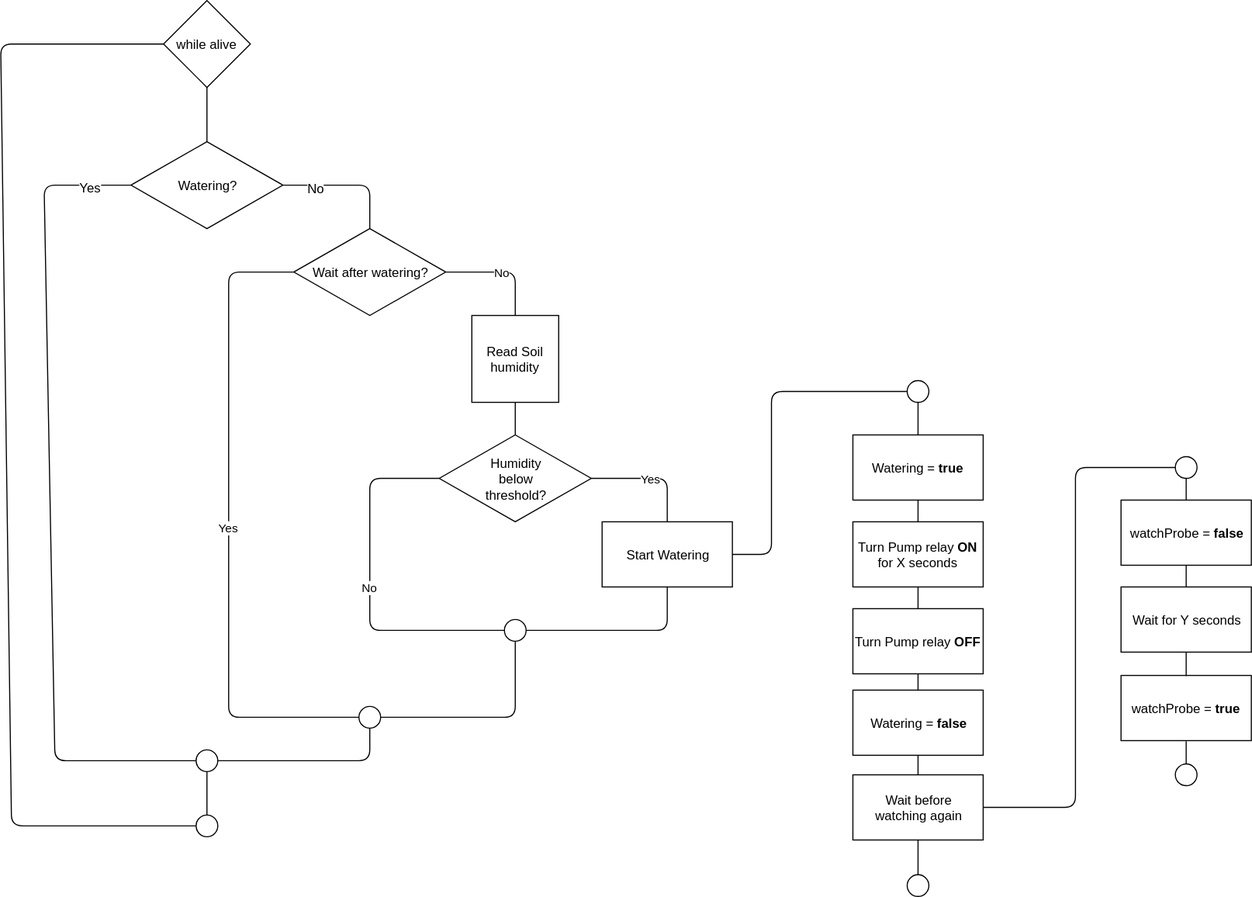
Above: Project.Trunk/PlantWateringSystem/docimg/PWS.flowchart.svg in OlivierLD/raspberry-coffee (draw.io), before the change. Source tidied: cells renumbered, new cells last; positions are measured from the earlier drawing's top-left corner, leaving out a move shared by most shapes. The source it was exported from:
```xml
<mxGraphModel>
  <root>
    <mxCell id="0" />
    <mxCell id="1" parent="0" />
    <mxCell id="2" value="while alive" style="rhombus;whiteSpace=wrap;html=1;" parent="1" vertex="1">
      <mxGeometry x="150" width="80" height="80" as="geometry" />
    </mxCell>
    <mxCell id="3" value="Read Soil humidity" style="whiteSpace=wrap;html=1;" parent="1" vertex="1">
      <mxGeometry x="434" y="290" width="80" height="80" as="geometry" />
    </mxCell>
    <mxCell id="4" value="Watering?" style="rhombus;whiteSpace=wrap;html=1;" parent="1" vertex="1">
      <mxGeometry x="120" y="130" width="140" height="80" as="geometry" />
    </mxCell>
    <mxCell id="5" value="Wait after watering?" style="rhombus;whiteSpace=wrap;html=1;" parent="1" vertex="1">
      <mxGeometry x="270" y="210" width="140" height="80" as="geometry" />
    </mxCell>
    <mxCell id="6" value="Humidity&lt;br&gt;below&lt;br&gt;threshold?&lt;br&gt;" style="rhombus;whiteSpace=wrap;html=1;" parent="1" vertex="1">
      <mxGeometry x="404" y="400" width="140" height="80" as="geometry" />
    </mxCell>
    <mxCell id="7" value="Start Watering" style="rounded=0;whiteSpace=wrap;html=1;" parent="1" vertex="1">
      <mxGeometry x="554" y="480" width="120" height="60" as="geometry" />
    </mxCell>
    <mxCell id="8" style="endArrow=none;html=1;exitX=1;exitY=0.5;exitDx=0;exitDy=0;entryX=0.5;entryY=0;entryDx=0;entryDy=0;" parent="1" edge="1" source="4" target="5">
      <mxGeometry relative="1" as="geometry">
        <Array as="points">
          <mxPoint x="340" y="170" />
        </Array>
      </mxGeometry>
    </mxCell>
    <mxCell id="9" value="No&lt;br&gt;" style="text;html=1;align=center;verticalAlign=middle;labelBackgroundColor=#ffffff;" parent="8" vertex="1">
      <mxGeometry x="-0.5" y="-2" relative="1" as="geometry" />
    </mxCell>
    <mxCell id="10" value="No&lt;br&gt;" style="endArrow=none;html=1;exitX=1;exitY=0.5;exitDx=0;exitDy=0;entryX=0.5;entryY=0;entryDx=0;entryDy=0;" parent="1" edge="1" source="5" target="3">
      <mxGeometry relative="1" as="geometry">
        <Array as="points">
          <mxPoint x="474" y="250" />
        </Array>
      </mxGeometry>
    </mxCell>
    <mxCell id="11" style="endArrow=none;html=1;entryX=0.5;entryY=1;entryDx=0;entryDy=0;exitX=0.5;exitY=0;exitDx=0;exitDy=0;" parent="1" edge="1" source="6" target="3">
      <mxGeometry relative="1" as="geometry" />
    </mxCell>
    <mxCell id="12" value="Yes" style="endArrow=none;html=1;entryX=1;entryY=0.5;entryDx=0;entryDy=0;exitX=0.5;exitY=0;exitDx=0;exitDy=0;" parent="1" edge="1" source="7" target="6">
      <mxGeometry relative="1" as="geometry">
        <Array as="points">
          <mxPoint x="614" y="440" />
        </Array>
      </mxGeometry>
    </mxCell>
    <mxCell id="13" style="ellipse;whiteSpace=wrap;html=1;" parent="1" vertex="1">
      <mxGeometry x="464" y="570" width="20" height="20" as="geometry" />
    </mxCell>
    <mxCell id="14" style="endArrow=none;html=1;entryX=0.5;entryY=1;entryDx=0;entryDy=0;exitX=1;exitY=0.5;exitDx=0;exitDy=0;" parent="1" edge="1" source="13" target="7">
      <mxGeometry relative="1" as="geometry">
        <Array as="points">
          <mxPoint x="614" y="580" />
        </Array>
      </mxGeometry>
    </mxCell>
    <mxCell id="15" value="No" style="endArrow=none;html=1;entryX=0;entryY=0.5;entryDx=0;entryDy=0;exitX=0;exitY=0.5;exitDx=0;exitDy=0;" parent="1" edge="1" source="13" target="6">
      <mxGeometry relative="1" as="geometry">
        <Array as="points">
          <mxPoint x="340" y="580" />
          <mxPoint x="340" y="440" />
        </Array>
      </mxGeometry>
    </mxCell>
    <mxCell id="16" value="Yes" style="endArrow=none;html=1;entryX=0;entryY=0.5;entryDx=0;entryDy=0;exitX=0;exitY=0.5;exitDx=0;exitDy=0;" parent="1" edge="1" source="17" target="5">
      <mxGeometry relative="1" as="geometry">
        <Array as="points">
          <mxPoint x="210" y="660" />
          <mxPoint x="210" y="250" />
        </Array>
      </mxGeometry>
    </mxCell>
    <mxCell id="17" style="ellipse;whiteSpace=wrap;html=1;" parent="1" vertex="1">
      <mxGeometry x="330" y="650" width="20" height="20" as="geometry" />
    </mxCell>
    <mxCell id="18" style="endArrow=none;html=1;entryX=0.5;entryY=1;entryDx=0;entryDy=0;exitX=1;exitY=0.5;exitDx=0;exitDy=0;" parent="1" edge="1" source="17" target="13">
      <mxGeometry relative="1" as="geometry">
        <Array as="points">
          <mxPoint x="474" y="660" />
        </Array>
      </mxGeometry>
    </mxCell>
    <mxCell id="19" style="ellipse;whiteSpace=wrap;html=1;" parent="1" vertex="1">
      <mxGeometry x="180" y="690" width="20" height="20" as="geometry" />
    </mxCell>
    <mxCell id="20" style="endArrow=none;html=1;entryX=0.5;entryY=1;entryDx=0;entryDy=0;exitX=1;exitY=0.5;exitDx=0;exitDy=0;" parent="1" edge="1" source="19" target="17">
      <mxGeometry relative="1" as="geometry">
        <Array as="points">
          <mxPoint x="340" y="700" />
        </Array>
      </mxGeometry>
    </mxCell>
    <mxCell id="21" style="endArrow=none;html=1;entryX=0;entryY=0.5;entryDx=0;entryDy=0;exitX=0;exitY=0.5;exitDx=0;exitDy=0;" parent="1" edge="1" source="4" target="19">
      <mxGeometry relative="1" as="geometry">
        <Array as="points">
          <mxPoint x="40" y="170" />
          <mxPoint x="50" y="700" />
        </Array>
      </mxGeometry>
    </mxCell>
    <mxCell id="22" value="Yes" style="text;html=1;align=center;verticalAlign=middle;labelBackgroundColor=#ffffff;" parent="21" vertex="1">
      <mxGeometry x="-0.9" y="1" relative="1" as="geometry" />
    </mxCell>
    <mxCell id="23" style="endArrow=none;html=1;exitX=0.5;exitY=1;exitDx=0;exitDy=0;" parent="1" edge="1" source="2" target="4">
      <mxGeometry relative="1" as="geometry" />
    </mxCell>
    <mxCell id="24" style="ellipse;whiteSpace=wrap;html=1;" parent="1" vertex="1">
      <mxGeometry x="180" y="750" width="20" height="20" as="geometry" />
    </mxCell>
    <mxCell id="25" style="endArrow=none;html=1;entryX=0.5;entryY=1;entryDx=0;entryDy=0;exitX=0.5;exitY=0;exitDx=0;exitDy=0;" parent="1" edge="1" source="24" target="19">
      <mxGeometry relative="1" as="geometry" />
    </mxCell>
    <mxCell id="26" style="endArrow=none;html=1;entryX=0;entryY=0.5;entryDx=0;entryDy=0;exitX=0;exitY=0.5;exitDx=0;exitDy=0;" parent="1" edge="1" source="2" target="24">
      <mxGeometry relative="1" as="geometry">
        <Array as="points">
          <mxPoint y="40" />
          <mxPoint x="10" y="760" />
        </Array>
      </mxGeometry>
    </mxCell>
    <mxCell id="27" style="endArrow=none;html=1;exitX=1;exitY=0.5;exitDx=0;exitDy=0;entryX=0;entryY=0.5;entryDx=0;entryDy=0;" parent="1" edge="1" source="7" target="35">
      <mxGeometry relative="1" as="geometry">
        <Array as="points">
          <mxPoint x="710" y="510" />
          <mxPoint x="710" y="360" />
        </Array>
      </mxGeometry>
    </mxCell>
    <mxCell id="28" value="Watering = &lt;b&gt;true&lt;/b&gt;" style="rounded=0;whiteSpace=wrap;html=1;" parent="1" vertex="1">
      <mxGeometry x="785" y="400" width="120" height="60" as="geometry" />
    </mxCell>
    <mxCell id="29" value="Turn Pump relay &lt;b&gt;ON&lt;/b&gt;&lt;br&gt;for X seconds&lt;br&gt;" style="rounded=0;whiteSpace=wrap;html=1;" parent="1" vertex="1">
      <mxGeometry x="785" y="480" width="120" height="60" as="geometry" />
    </mxCell>
    <mxCell id="30" value="Turn Pump relay &lt;b&gt;OFF&lt;/b&gt;&lt;br&gt;" style="rounded=0;whiteSpace=wrap;html=1;" parent="1" vertex="1">
      <mxGeometry x="785" y="560" width="120" height="60" as="geometry" />
    </mxCell>
    <mxCell id="31" style="endArrow=none;html=1;entryX=0.5;entryY=1;entryDx=0;entryDy=0;exitX=0.5;exitY=0;exitDx=0;exitDy=0;" parent="1" edge="1" source="29" target="28">
      <mxGeometry relative="1" as="geometry" />
    </mxCell>
    <mxCell id="32" style="endArrow=none;html=1;entryX=0.5;entryY=1;entryDx=0;entryDy=0;exitX=0.5;exitY=0;exitDx=0;exitDy=0;" parent="1" edge="1" source="30" target="29">
      <mxGeometry relative="1" as="geometry" />
    </mxCell>
    <mxCell id="33" value="Watering = &lt;b&gt;false&lt;/b&gt;" style="rounded=0;whiteSpace=wrap;html=1;" parent="1" vertex="1">
      <mxGeometry x="785" y="635" width="120" height="60" as="geometry" />
    </mxCell>
    <mxCell id="34" style="endArrow=none;html=1;entryX=0.5;entryY=1;entryDx=0;entryDy=0;exitX=0.5;exitY=0;exitDx=0;exitDy=0;" parent="1" edge="1" source="33" target="30">
      <mxGeometry relative="1" as="geometry" />
    </mxCell>
    <mxCell id="35" style="ellipse;whiteSpace=wrap;html=1;" parent="1" vertex="1">
      <mxGeometry x="835" y="350" width="20" height="20" as="geometry" />
    </mxCell>
    <mxCell id="36" style="ellipse;whiteSpace=wrap;html=1;" parent="1" vertex="1">
      <mxGeometry x="835" y="805" width="20" height="20" as="geometry" />
    </mxCell>
    <mxCell id="37" value="Wait before&lt;br&gt;watching again&lt;br&gt;" style="rounded=0;whiteSpace=wrap;html=1;" parent="1" vertex="1">
      <mxGeometry x="785" y="713" width="120" height="60" as="geometry" />
    </mxCell>
    <mxCell id="38" style="endArrow=none;html=1;entryX=0.5;entryY=1;entryDx=0;entryDy=0;exitX=0.5;exitY=0;exitDx=0;exitDy=0;" parent="1" edge="1" source="28" target="35">
      <mxGeometry relative="1" as="geometry" />
    </mxCell>
    <mxCell id="39" style="endArrow=none;html=1;entryX=0.5;entryY=1;entryDx=0;entryDy=0;exitX=0.5;exitY=0;exitDx=0;exitDy=0;" parent="1" edge="1" source="37" target="33">
      <mxGeometry relative="1" as="geometry" />
    </mxCell>
    <mxCell id="40" style="endArrow=none;html=1;entryX=0.5;entryY=1;entryDx=0;entryDy=0;exitX=0.5;exitY=0;exitDx=0;exitDy=0;" parent="1" edge="1" source="36" target="37">
      <mxGeometry relative="1" as="geometry" />
    </mxCell>
    <mxCell id="41" value="watchProbe = &lt;b&gt;false&lt;/b&gt;" style="rounded=0;whiteSpace=wrap;html=1;" parent="1" vertex="1">
      <mxGeometry x="1032" y="460" width="120" height="60" as="geometry" />
    </mxCell>
    <mxCell id="42" value="Wait for Y seconds&lt;br&gt;" style="rounded=0;whiteSpace=wrap;html=1;" parent="1" vertex="1">
      <mxGeometry x="1032" y="540" width="120" height="60" as="geometry" />
    </mxCell>
    <mxCell id="43" value="watchProbe = &lt;b&gt;true&lt;/b&gt;" style="rounded=0;whiteSpace=wrap;html=1;" parent="1" vertex="1">
      <mxGeometry x="1032" y="621.5" width="120" height="60" as="geometry" />
    </mxCell>
    <mxCell id="44" style="ellipse;whiteSpace=wrap;html=1;" parent="1" vertex="1">
      <mxGeometry x="1082" y="420" width="20" height="20" as="geometry" />
    </mxCell>
    <mxCell id="45" style="ellipse;whiteSpace=wrap;html=1;" parent="1" vertex="1">
      <mxGeometry x="1082" y="703" width="20" height="20" as="geometry" />
    </mxCell>
    <mxCell id="46" style="endArrow=none;html=1;entryX=0.5;entryY=1;entryDx=0;entryDy=0;exitX=0.5;exitY=0;exitDx=0;exitDy=0;" parent="1" edge="1" source="41" target="44">
      <mxGeometry relative="1" as="geometry" />
    </mxCell>
    <mxCell id="47" style="endArrow=none;html=1;entryX=0.5;entryY=1;entryDx=0;entryDy=0;exitX=0.5;exitY=0;exitDx=0;exitDy=0;" parent="1" edge="1" source="42" target="41">
      <mxGeometry relative="1" as="geometry" />
    </mxCell>
    <mxCell id="48" style="endArrow=none;html=1;entryX=0.5;entryY=1;entryDx=0;entryDy=0;exitX=0.5;exitY=0;exitDx=0;exitDy=0;" parent="1" edge="1" source="43" target="42">
      <mxGeometry relative="1" as="geometry" />
    </mxCell>
    <mxCell id="49" style="endArrow=none;html=1;exitX=0.5;exitY=0;exitDx=0;exitDy=0;" parent="1" edge="1" source="45">
      <mxGeometry relative="1" as="geometry">
        <mxPoint x="1092" y="682" as="targetPoint" />
      </mxGeometry>
    </mxCell>
    <mxCell id="50" style="endArrow=none;html=1;entryX=1;entryY=0.5;entryDx=0;entryDy=0;exitX=0;exitY=0.5;exitDx=0;exitDy=0;" parent="1" edge="1" source="44" target="37">
      <mxGeometry relative="1" as="geometry">
        <Array as="points">
          <mxPoint x="990" y="430" />
          <mxPoint x="990" y="743" />
        </Array>
      </mxGeometry>
    </mxCell>
  </root>
</mxGraphModel>
```
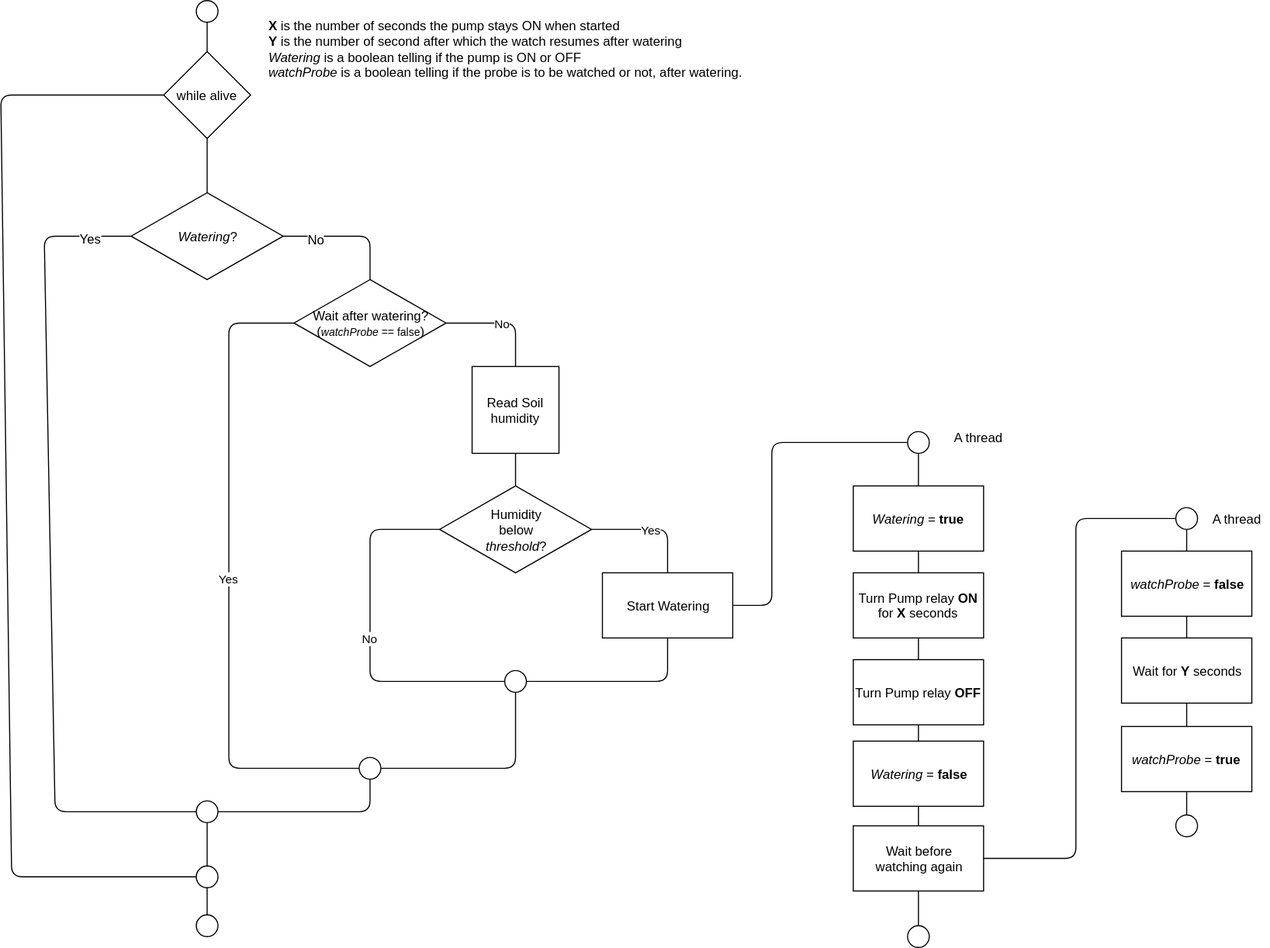
After the change.

What changed in the source:
```diff
@@ -8,13 +8,13 @@
     <mxCell id="3" value="Read Soil humidity" style="whiteSpace=wrap;html=1;" parent="1" vertex="1">
       <mxGeometry x="434" y="290" width="80" height="80" as="geometry" />
     </mxCell>
-    <mxCell id="4" value="Watering?" style="rhombus;whiteSpace=wrap;html=1;" parent="1" vertex="1">
+    <mxCell id="4" value="&lt;i&gt;Watering&lt;/i&gt;?" style="rhombus;whiteSpace=wrap;html=1;" parent="1" vertex="1">
       <mxGeometry x="120" y="130" width="140" height="80" as="geometry" />
     </mxCell>
-    <mxCell id="5" value="Wait after watering?" style="rhombus;whiteSpace=wrap;html=1;" parent="1" vertex="1">
+    <mxCell id="5" value="Wait after watering?&lt;br&gt;(&lt;font style=&quot;font-size: 10px&quot;&gt;&lt;i&gt;watchProbe&lt;/i&gt; == false&lt;/font&gt;)&lt;br&gt;" style="rhombus;whiteSpace=wrap;html=1;" parent="1" vertex="1">
       <mxGeometry x="270" y="210" width="140" height="80" as="geometry" />
     </mxCell>
-    <mxCell id="6" value="Humidity&lt;br&gt;below&lt;br&gt;threshold?&lt;br&gt;" style="rhombus;whiteSpace=wrap;html=1;" parent="1" vertex="1">
+    <mxCell id="6" value="Humidity&lt;br&gt;below&lt;br&gt;&lt;i&gt;threshold&lt;/i&gt;?&lt;br&gt;" style="rhombus;whiteSpace=wrap;html=1;" parent="1" vertex="1">
       <mxGeometry x="404" y="400" width="140" height="80" as="geometry" />
     </mxCell>
     <mxCell id="7" value="Start Watering" style="rounded=0;whiteSpace=wrap;html=1;" parent="1" vertex="1">
@@ -129,10 +129,10 @@
         </Array>
       </mxGeometry>
     </mxCell>
-    <mxCell id="28" value="Watering = &lt;b&gt;true&lt;/b&gt;" style="rounded=0;whiteSpace=wrap;html=1;" parent="1" vertex="1">
+    <mxCell id="28" value="&lt;i&gt;Watering&lt;/i&gt; = &lt;b&gt;true&lt;/b&gt;" style="rounded=0;whiteSpace=wrap;html=1;" parent="1" vertex="1">
       <mxGeometry x="785" y="400" width="120" height="60" as="geometry" />
     </mxCell>
-    <mxCell id="29" value="Turn Pump relay &lt;b&gt;ON&lt;/b&gt;&lt;br&gt;for X seconds&lt;br&gt;" style="rounded=0;whiteSpace=wrap;html=1;" parent="1" vertex="1">
+    <mxCell id="29" value="Turn Pump relay &lt;b&gt;ON&lt;/b&gt;&lt;br&gt;for &lt;b&gt;X&lt;/b&gt; seconds&lt;br&gt;" style="rounded=0;whiteSpace=wrap;html=1;" parent="1" vertex="1">
       <mxGeometry x="785" y="480" width="120" height="60" as="geometry" />
     </mxCell>
     <mxCell id="30" value="Turn Pump relay &lt;b&gt;OFF&lt;/b&gt;&lt;br&gt;" style="rounded=0;whiteSpace=wrap;html=1;" parent="1" vertex="1">
@@ -144,7 +144,7 @@
     <mxCell id="32" style="endArrow=none;html=1;entryX=0.5;entryY=1;entryDx=0;entryDy=0;exitX=0.5;exitY=0;exitDx=0;exitDy=0;" parent="1" edge="1" source="30" target="29">
       <mxGeometry relative="1" as="geometry" />
     </mxCell>
-    <mxCell id="33" value="Watering = &lt;b&gt;false&lt;/b&gt;" style="rounded=0;whiteSpace=wrap;html=1;" parent="1" vertex="1">
+    <mxCell id="33" value="&lt;i&gt;Watering&lt;/i&gt; = &lt;b&gt;false&lt;/b&gt;" style="rounded=0;whiteSpace=wrap;html=1;" parent="1" vertex="1">
       <mxGeometry x="785" y="635" width="120" height="60" as="geometry" />
     </mxCell>
     <mxCell id="34" style="endArrow=none;html=1;entryX=0.5;entryY=1;entryDx=0;entryDy=0;exitX=0.5;exitY=0;exitDx=0;exitDy=0;" parent="1" edge="1" source="33" target="30">
@@ -168,13 +168,13 @@
     <mxCell id="40" style="endArrow=none;html=1;entryX=0.5;entryY=1;entryDx=0;entryDy=0;exitX=0.5;exitY=0;exitDx=0;exitDy=0;" parent="1" edge="1" source="36" target="37">
       <mxGeometry relative="1" as="geometry" />
     </mxCell>
-    <mxCell id="41" value="watchProbe = &lt;b&gt;false&lt;/b&gt;" style="rounded=0;whiteSpace=wrap;html=1;" parent="1" vertex="1">
+    <mxCell id="41" value="&lt;i&gt;watchProbe&lt;/i&gt; = &lt;b&gt;false&lt;/b&gt;" style="rounded=0;whiteSpace=wrap;html=1;" parent="1" vertex="1">
       <mxGeometry x="1032" y="460" width="120" height="60" as="geometry" />
     </mxCell>
-    <mxCell id="42" value="Wait for Y seconds&lt;br&gt;" style="rounded=0;whiteSpace=wrap;html=1;" parent="1" vertex="1">
+    <mxCell id="42" value="Wait for &lt;b&gt;Y&lt;/b&gt; seconds&lt;br&gt;" style="rounded=0;whiteSpace=wrap;html=1;" parent="1" vertex="1">
       <mxGeometry x="1032" y="540" width="120" height="60" as="geometry" />
     </mxCell>
-    <mxCell id="43" value="watchProbe = &lt;b&gt;true&lt;/b&gt;" style="rounded=0;whiteSpace=wrap;html=1;" parent="1" vertex="1">
+    <mxCell id="43" value="&lt;i&gt;watchProbe&lt;/i&gt; = &lt;b&gt;true&lt;/b&gt;" style="rounded=0;whiteSpace=wrap;html=1;" parent="1" vertex="1">
       <mxGeometry x="1032" y="621.5" width="120" height="60" as="geometry" />
     </mxCell>
     <mxCell id="44" style="ellipse;whiteSpace=wrap;html=1;" parent="1" vertex="1">
@@ -205,5 +205,26 @@
         </Array>
       </mxGeometry>
     </mxCell>
+    <mxCell id="51" style="ellipse;whiteSpace=wrap;html=1;" parent="1" vertex="1">
+      <mxGeometry x="180" y="-47" width="20" height="20" as="geometry" />
+    </mxCell>
+    <mxCell id="52" style="endArrow=none;html=1;entryX=0.5;entryY=1;entryDx=0;entryDy=0;exitX=0.5;exitY=0;exitDx=0;exitDy=0;" parent="1" edge="1" source="2" target="51">
+      <mxGeometry relative="1" as="geometry" />
+    </mxCell>
+    <mxCell id="53" style="ellipse;whiteSpace=wrap;html=1;" parent="1" vertex="1">
+      <mxGeometry x="180" y="795" width="20" height="20" as="geometry" />
+    </mxCell>
+    <mxCell id="54" style="endArrow=none;html=1;entryX=0.5;entryY=1;entryDx=0;entryDy=0;exitX=0.5;exitY=0;exitDx=0;exitDy=0;" parent="1" edge="1" source="53" target="24">
+      <mxGeometry relative="1" as="geometry" />
+    </mxCell>
+    <mxCell id="55" value="A thread" style="text;html=1;strokeColor=none;fillColor=none;align=center;verticalAlign=middle;whiteSpace=wrap;rounded=0;" parent="1" vertex="1">
+      <mxGeometry x="869" y="345" width="61" height="20" as="geometry" />
+    </mxCell>
+    <mxCell id="56" value="A thread" style="text;html=1;strokeColor=none;fillColor=none;align=center;verticalAlign=middle;whiteSpace=wrap;rounded=0;" parent="1" vertex="1">
+      <mxGeometry x="1107" y="420" width="61" height="20" as="geometry" />
+    </mxCell>
+    <mxCell id="57" value="&lt;div style=&quot;text-align: left&quot;&gt;&lt;b&gt;X&lt;/b&gt; is the number of seconds the pump stays ON when started&lt;/div&gt;&lt;div style=&quot;text-align: left&quot;&gt;&lt;b&gt;Y&lt;/b&gt; is the number of second after which the watch resumes after watering&lt;/div&gt;&lt;div style=&quot;text-align: left&quot;&gt;&lt;i&gt;Watering&lt;/i&gt; is a boolean telling if the pump is ON or OFF&lt;/div&gt;&lt;div style=&quot;text-align: left&quot;&gt;&lt;i&gt;watchProbe&lt;/i&gt; is a boolean telling if the probe is to be watched or not, after watering.&lt;/div&gt;" style="text;html=1;strokeColor=none;fillColor=none;align=center;verticalAlign=middle;whiteSpace=wrap;rounded=0;" parent="1" vertex="1">
+      <mxGeometry x="235" y="-37" width="458" height="68" as="geometry" />
+    </mxCell>
   </root>
 </mxGraphModel>
```
